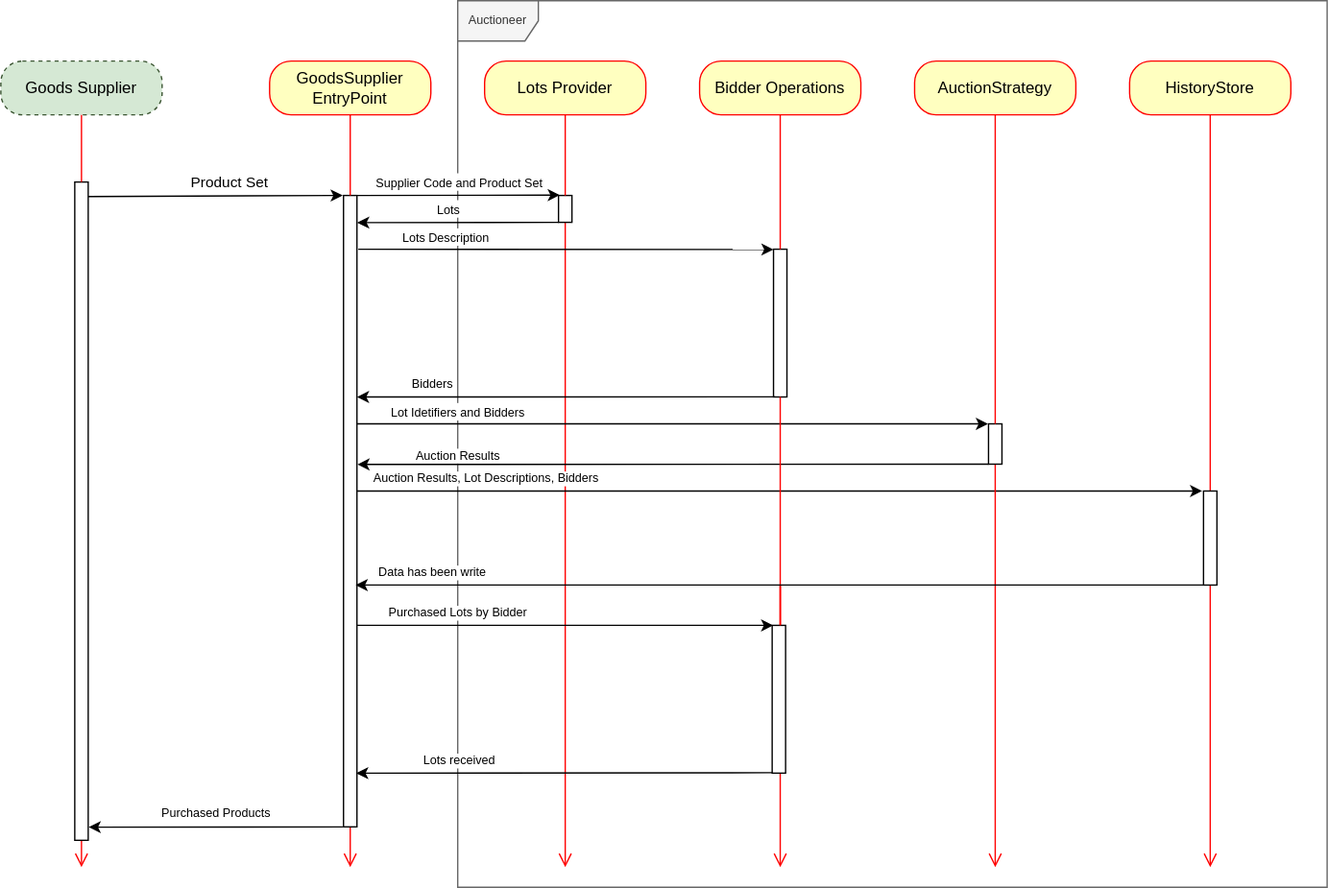
The draw.io diagram doc/bussines-flow-ssp-and-external-systems.svg in RTB-Project/Auctioneer, before a commit. Source tidied: cells renumbered, new cells last; positions are measured from the earlier drawing's top-left corner, leaving out a move shared by most shapes.
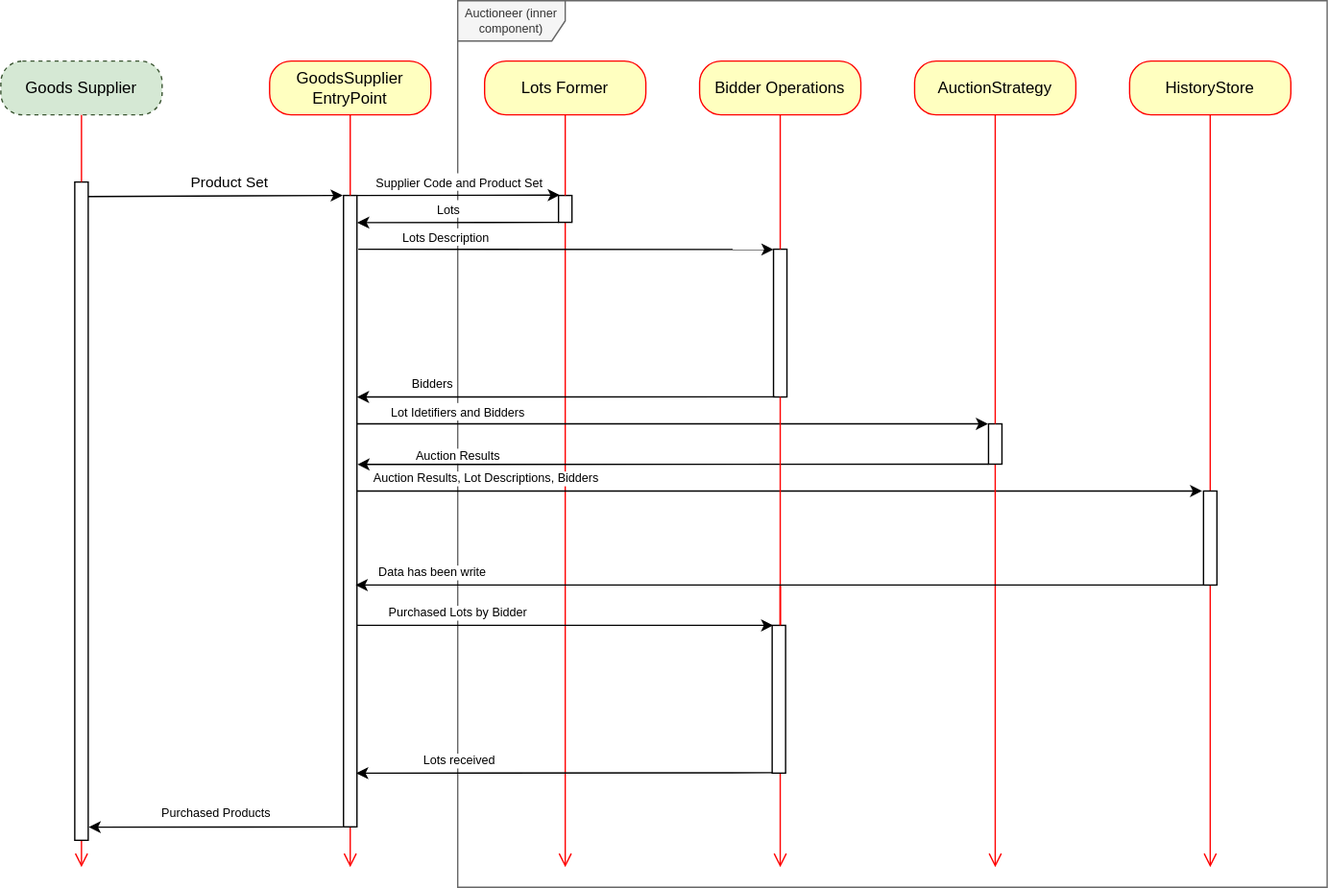
After the change.

Change to the diagram source:
```diff
@@ -2,10 +2,10 @@
   <root>
     <mxCell id="0" />
     <mxCell id="1" parent="0" />
-    <mxCell id="2" value="Auctioneer" style="shape=umlFrame;whiteSpace=wrap;html=1;fontSize=9;fillColor=#f5f5f5;shadow=0;sketch=0;strokeColor=#666666;fontColor=#333333;" parent="1" vertex="1">
+    <mxCell id="2" value="Auctioneer (inner component)" style="shape=umlFrame;whiteSpace=wrap;html=1;fontSize=9;fillColor=#f5f5f5;shadow=0;sketch=0;strokeColor=#666666;fontColor=#333333;width=80;" parent="1" vertex="1">
       <mxGeometry x="340" width="647" height="660" as="geometry" />
     </mxCell>
-    <mxCell id="3" value="Lots Provider" style="rounded=1;whiteSpace=wrap;html=1;arcSize=40;fontColor=#000000;fillColor=#ffffc0;strokeColor=#ff0000;" parent="1" vertex="1">
+    <mxCell id="3" value="Lots Former" style="rounded=1;whiteSpace=wrap;html=1;arcSize=40;fontColor=#000000;fillColor=#ffffc0;strokeColor=#ff0000;" parent="1" vertex="1">
       <mxGeometry x="360" y="45" width="120" height="40" as="geometry" />
     </mxCell>
     <mxCell id="4" style="edgeStyle=orthogonalEdgeStyle;html=1;verticalAlign=bottom;endArrow=open;endSize=8;strokeColor=#ff0000;" parent="1" edge="1" source="7">
```
